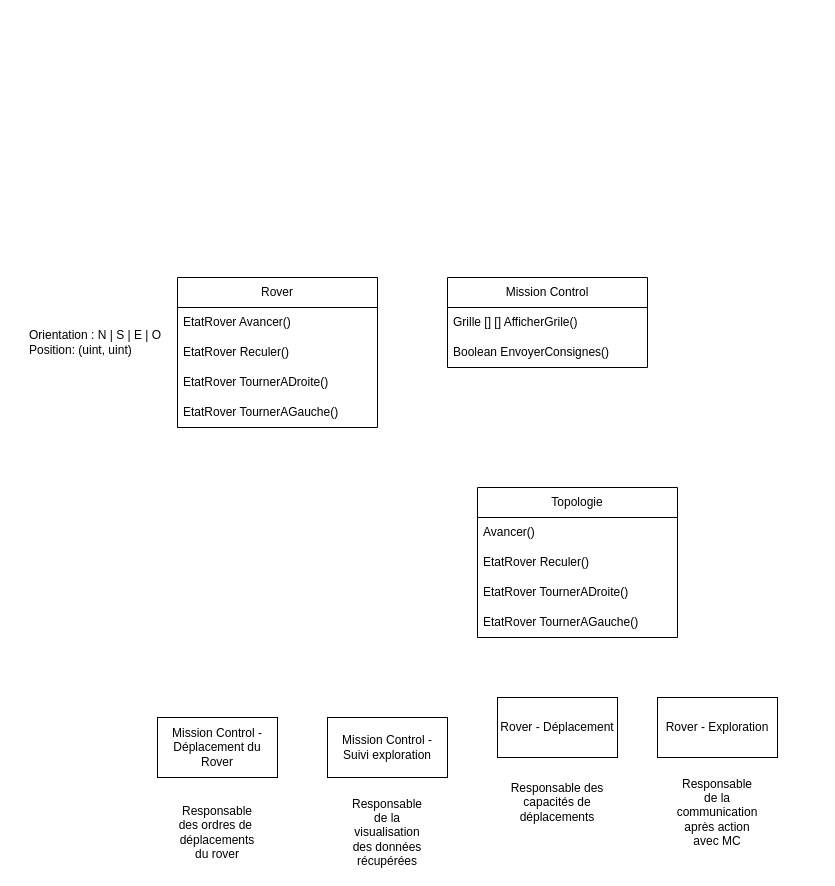
Above: page "Page-2" (2 of 2) of schema.drawio in pvayssier/archi_logiciel (draw.io), before the change. Source tidied: cells renumbered, new cells numbered last; positions are measured from the earlier drawing's top-left corner, leaving out a move shared by most shapes. Both pictures are drawn from the tidied source at 100%, with x=0, y=0 at pixel (27, 277).
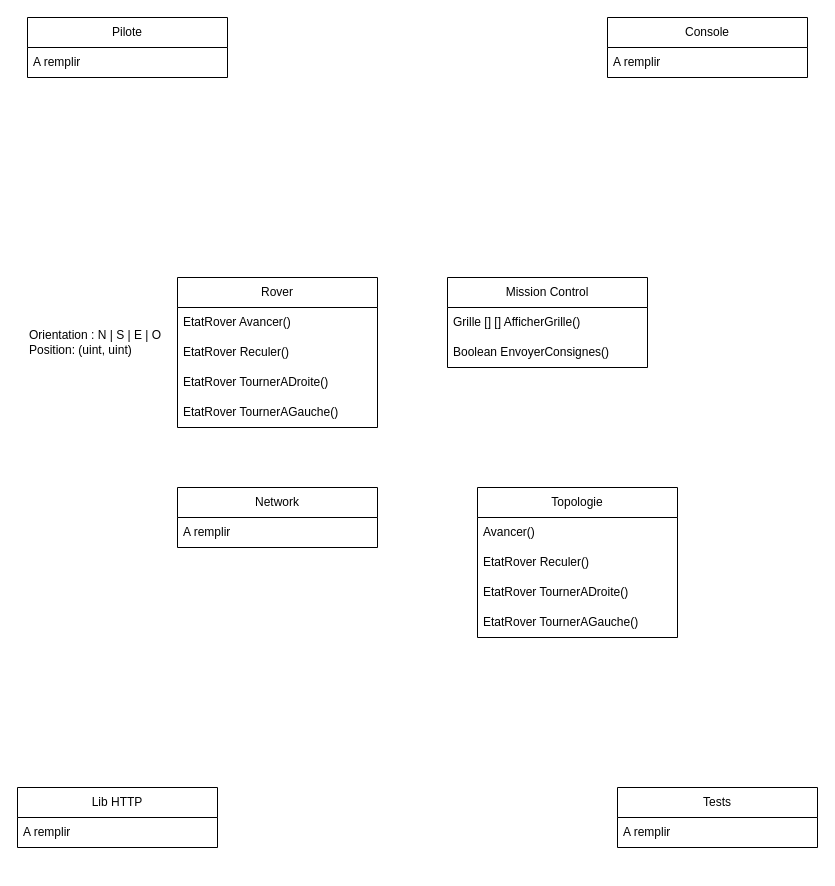
The same page after the edit.

Commit message (it also covers changes not shown here):
Mettre à jour schema.drawio

Unchanged cells that the change refers to:
```xml
<mxCell id="21" value="Mission Control" style="swimlane;fontStyle=0;horizontal=1;startSize=30;whiteSpace=wrap;html=1;" parent="1" vertex="1">
  <mxGeometry x="420" width="200" height="90" as="geometry" />
</mxCell>
```

Change to the diagram source:
```diff
@@
-    <mxCell id="2" value="Rover - Déplacement" style="rounded=0;whiteSpace=wrap;html=1;" parent="1" vertex="1">
-      <mxGeometry x="470" y="420" width="120" height="60" as="geometry" />
-    </mxCell>
-    <mxCell id="3" value="Rover - Exploration" style="rounded=0;whiteSpace=wrap;html=1;" parent="1" vertex="1">
-      <mxGeometry x="630" y="420" width="120" height="60" as="geometry" />
-    </mxCell>
-    <mxCell id="4" value="Mission Control - Suivi exploration" style="rounded=0;whiteSpace=wrap;html=1;" parent="1" vertex="1">
-      <mxGeometry x="300" y="440" width="120" height="60" as="geometry" />
-    </mxCell>
-    <mxCell id="5" value="Mission Control - Déplacement du Rover" style="rounded=0;whiteSpace=wrap;html=1;" parent="1" vertex="1">
-      <mxGeometry x="130" y="440" width="120" height="60" as="geometry" />
-    </mxCell>
-    <mxCell id="6" value="Responsable des ordres de&amp;nbsp; déplacements du rover" style="text;html=1;align=center;verticalAlign=middle;whiteSpace=wrap;rounded=0;" parent="1" vertex="1">
-      <mxGeometry x="145" y="540" width="90" height="30" as="geometry" />
-    </mxCell>
-    <mxCell id="7" value="Responsable de la visualisation des données récupérées" style="text;html=1;align=center;verticalAlign=middle;whiteSpace=wrap;rounded=0;" parent="1" vertex="1">
-      <mxGeometry x="330" y="540" width="60" height="30" as="geometry" />
-    </mxCell>
-    <mxCell id="8" value="Responsable des capacités de déplacements" style="text;html=1;align=center;verticalAlign=middle;whiteSpace=wrap;rounded=0;" parent="1" vertex="1">
-      <mxGeometry x="480" y="510" width="100" height="30" as="geometry" />
-    </mxCell>
-    <mxCell id="9" value="Responsable de la communication après action avec MC" style="text;html=1;align=center;verticalAlign=middle;whiteSpace=wrap;rounded=0;" parent="1" vertex="1">
-      <mxGeometry x="660" y="520" width="60" height="30" as="geometry" />
-    </mxCell>
@@
-    <mxCell id="22" value="Grille [] [] AfficherGrile()" style="text;strokeColor=none;fillColor=none;align=left;verticalAlign=middle;spacingLeft=4;spacingRight=4;overflow=hidden;whiteSpace=wrap;html=1;" parent="21" vertex="1">
+    <mxCell id="22" value="Grille [] [] AfficherGrille()" style="text;strokeColor=none;fillColor=none;align=left;verticalAlign=middle;spacingLeft=4;spacingRight=4;overflow=hidden;whiteSpace=wrap;html=1;" parent="21" vertex="1">
       <mxGeometry y="30" width="200" height="30" as="geometry" />
     </mxCell>
@@
+    <mxCell id="24" value="Network" style="swimlane;fontStyle=0;horizontal=1;startSize=30;whiteSpace=wrap;html=1;" parent="1" vertex="1">
+      <mxGeometry x="150" y="210" width="200" height="60" as="geometry" />
+    </mxCell>
+    <mxCell id="25" value="A remplir" style="text;strokeColor=none;fillColor=none;align=left;verticalAlign=middle;spacingLeft=4;spacingRight=4;overflow=hidden;whiteSpace=wrap;html=1;" parent="24" vertex="1">
+      <mxGeometry y="30" width="200" height="30" as="geometry" />
+    </mxCell>
+    <mxCell id="26" value="Pilote" style="swimlane;fontStyle=0;horizontal=1;startSize=30;whiteSpace=wrap;html=1;" parent="1" vertex="1">
+      <mxGeometry y="-260" width="200" height="60" as="geometry" />
+    </mxCell>
+    <mxCell id="27" value="A remplir" style="text;strokeColor=none;fillColor=none;align=left;verticalAlign=middle;spacingLeft=4;spacingRight=4;overflow=hidden;whiteSpace=wrap;html=1;" parent="26" vertex="1">
+      <mxGeometry y="30" width="200" height="30" as="geometry" />
+    </mxCell>
+    <mxCell id="28" value="Console" style="swimlane;fontStyle=0;horizontal=1;startSize=30;whiteSpace=wrap;html=1;" parent="1" vertex="1">
+      <mxGeometry x="580" y="-260" width="200" height="60" as="geometry" />
+    </mxCell>
+    <mxCell id="29" value="A remplir" style="text;strokeColor=none;fillColor=none;align=left;verticalAlign=middle;spacingLeft=4;spacingRight=4;overflow=hidden;whiteSpace=wrap;html=1;" parent="28" vertex="1">
+      <mxGeometry y="30" width="200" height="30" as="geometry" />
+    </mxCell>
+    <mxCell id="30" value="Lib HTTP" style="swimlane;fontStyle=0;horizontal=1;startSize=30;whiteSpace=wrap;html=1;" parent="1" vertex="1">
+      <mxGeometry x="-10" y="510" width="200" height="60" as="geometry" />
+    </mxCell>
+    <mxCell id="31" value="A remplir" style="text;strokeColor=none;fillColor=none;align=left;verticalAlign=middle;spacingLeft=4;spacingRight=4;overflow=hidden;whiteSpace=wrap;html=1;" parent="30" vertex="1">
+      <mxGeometry y="30" width="200" height="30" as="geometry" />
+    </mxCell>
+    <mxCell id="32" value="Tests" style="swimlane;fontStyle=0;horizontal=1;startSize=30;whiteSpace=wrap;html=1;" parent="1" vertex="1">
+      <mxGeometry x="590" y="510" width="200" height="60" as="geometry" />
+    </mxCell>
+    <mxCell id="33" value="A remplir" style="text;strokeColor=none;fillColor=none;align=left;verticalAlign=middle;spacingLeft=4;spacingRight=4;overflow=hidden;whiteSpace=wrap;html=1;" parent="32" vertex="1">
+      <mxGeometry y="30" width="200" height="30" as="geometry" />
+    </mxCell>
```
